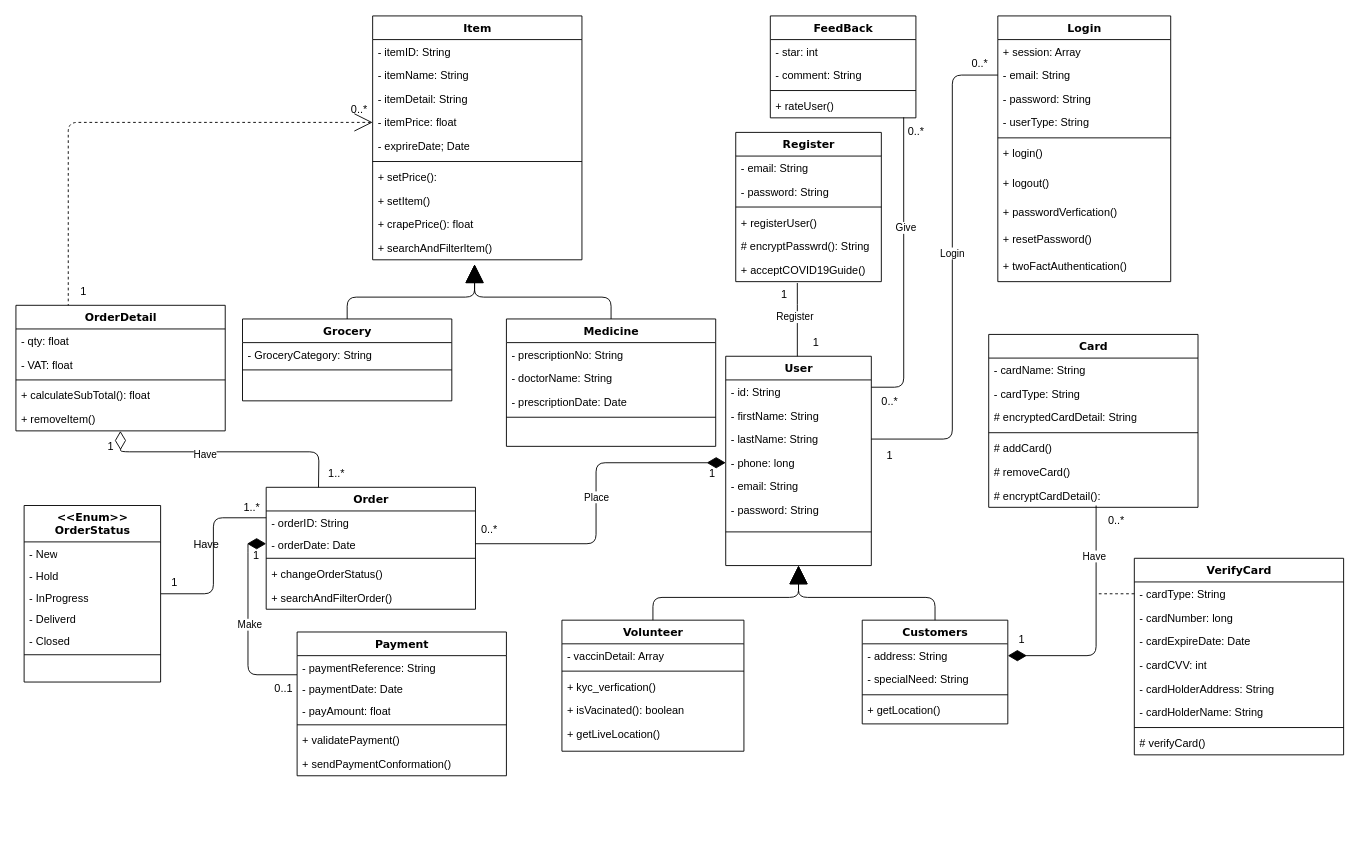
Before: Soft40091 CWK - Class Diagram.drawio in AnjeloM/AnjeloM, a draw.io diagram. Source tidied: cells renumbered, new cells numbered last; positions are measured from the earlier drawing's top-left corner, leaving out a move shared by most shapes. Both pictures are drawn from the tidied source at 91%, with x=0, y=0 at pixel (15, 15).
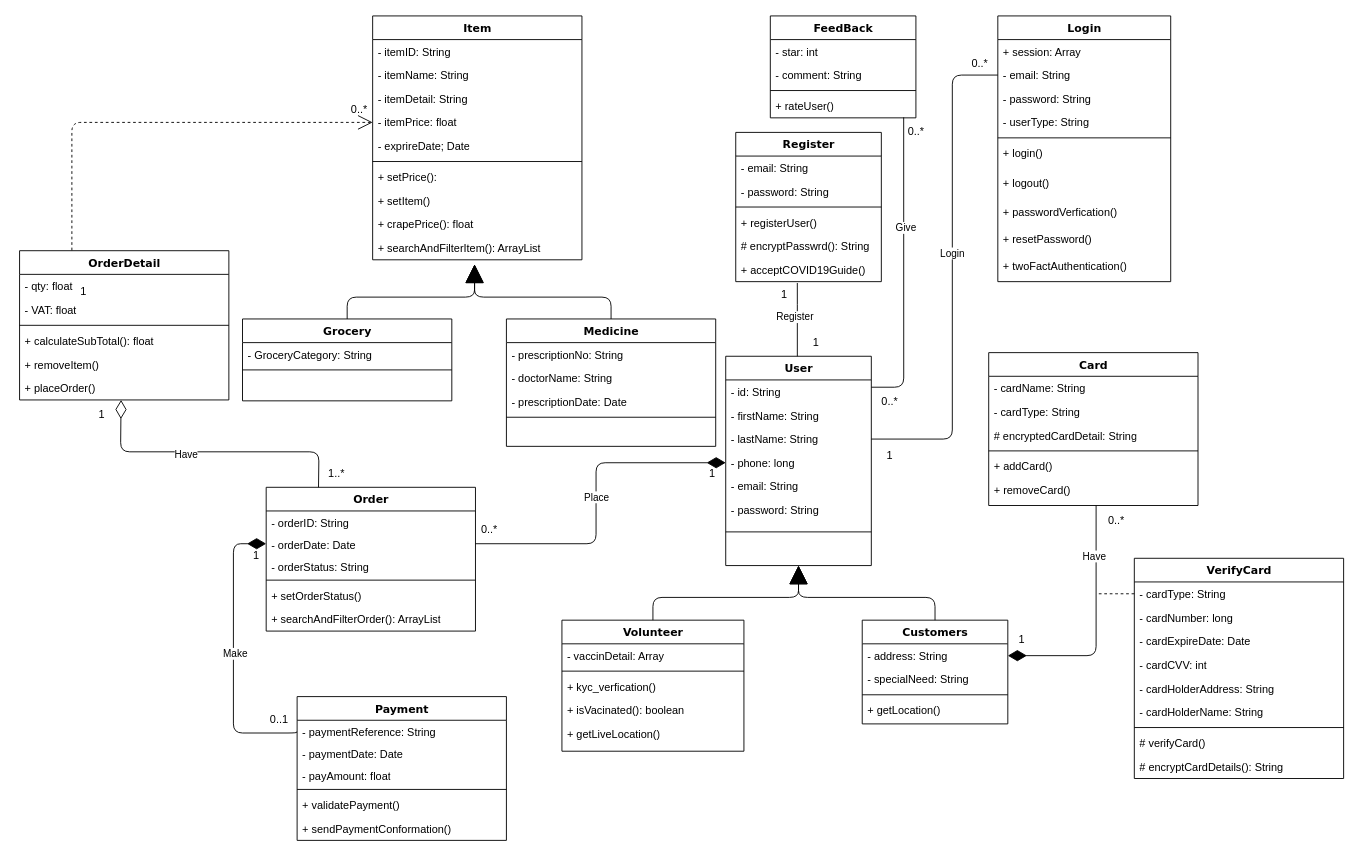
The same diagram, later.

Unchanged cells that the change refers to:
```xml
<mxCell id="51" value="Item" style="swimlane;html=1;fontStyle=1;align=center;verticalAlign=top;horizontal=1;startSize=26;swimlaneFillColor=#ffffff;rounded=0;shadow=0;comic=0;labelBackgroundColor=none;strokeWidth=1;fillColor=none;fontFamily=Verdana;fontSize=12;" parent="1" vertex="1">
  <mxGeometry x="392" width="230" height="268" as="geometry" />
</mxCell>
<mxCell id="55" value="- itemPrice: float" style="text;html=1;strokeColor=none;fillColor=none;align=left;verticalAlign=top;spacingLeft=4;spacingRight=4;whiteSpace=wrap;overflow=hidden;points=[[0,0.5],[1,0.5]];portConstraint=eastwest;" parent="51" vertex="1">
  <mxGeometry y="104" width="230" height="26" as="geometry" />
</mxCell>
<mxCell id="79" value="+ removeItem()" style="text;html=1;strokeColor=none;fillColor=none;align=left;verticalAlign=top;spacingLeft=4;spacingRight=4;whiteSpace=wrap;overflow=hidden;points=[[0,0.5],[1,0.5]];portConstraint=eastwest;" parent="74" vertex="1">
  <mxGeometry y="112" width="230" height="26" as="geometry" />
</mxCell>
<mxCell id="82" value="- orderDate: Date" style="text;html=1;strokeColor=none;fillColor=none;align=left;verticalAlign=top;spacingLeft=4;spacingRight=4;whiteSpace=wrap;overflow=hidden;points=[[0,0.5],[1,0.5]];portConstraint=eastwest;" parent="80" vertex="1">
  <mxGeometry y="50" width="230" height="24" as="geometry" />
</mxCell>
<mxCell id="100" value="- paymentReference: String" style="text;html=1;strokeColor=none;fillColor=none;align=left;verticalAlign=top;spacingLeft=4;spacingRight=4;whiteSpace=wrap;overflow=hidden;points=[[0,0.5],[1,0.5]];portConstraint=eastwest;" parent="99" vertex="1">
  <mxGeometry y="26" width="230" height="24" as="geometry" />
</mxCell>
```

The edit, as a diff of the source:
```diff
@@
     <mxCell id="34" value="Card" style="swimlane;html=1;fontStyle=1;align=center;verticalAlign=top;horizontal=1;startSize=26;swimlaneFillColor=#ffffff;rounded=0;shadow=0;comic=0;labelBackgroundColor=none;strokeWidth=1;fillColor=none;fontFamily=Verdana;fontSize=12;" parent="1" vertex="1">
-      <mxGeometry x="1069" y="350" width="230" height="190" as="geometry" />
+      <mxGeometry x="1069" y="370" width="230" height="168" as="geometry" />
     </mxCell>
@@
-    <mxCell id="39" value="# addCard()" style="text;html=1;strokeColor=none;fillColor=none;align=left;verticalAlign=top;spacingLeft=4;spacingRight=4;whiteSpace=wrap;overflow=hidden;" parent="34" vertex="1">
+    <mxCell id="39" value="+ addCard()" style="text;html=1;strokeColor=none;fillColor=none;align=left;verticalAlign=top;spacingLeft=4;spacingRight=4;whiteSpace=wrap;overflow=hidden;" parent="34" vertex="1">
       <mxGeometry y="112" width="230" height="26" as="geometry" />
     </mxCell>
-    <mxCell id="40" value="# removeCard()" style="text;html=1;strokeColor=none;fillColor=none;align=left;verticalAlign=top;spacingLeft=4;spacingRight=4;whiteSpace=wrap;overflow=hidden;" parent="34" vertex="1">
+    <mxCell id="40" value="+ removeCard()" style="text;html=1;strokeColor=none;fillColor=none;align=left;verticalAlign=top;spacingLeft=4;spacingRight=4;whiteSpace=wrap;overflow=hidden;" parent="34" vertex="1">
       <mxGeometry y="138" width="230" height="26" as="geometry" />
     </mxCell>
-    <mxCell id="41" value="# encryptCardDetail():" style="text;html=1;strokeColor=none;fillColor=none;align=left;verticalAlign=top;spacingLeft=4;spacingRight=4;whiteSpace=wrap;overflow=hidden;" parent="34" vertex="1">
-      <mxGeometry y="164" width="230" height="26" as="geometry" />
-    </mxCell>
@@
-    <mxCell id="61" value="+ searchAndFilterItem()" style="text;html=1;strokeColor=none;fillColor=none;align=left;verticalAlign=top;spacingLeft=4;spacingRight=4;whiteSpace=wrap;overflow=hidden;" parent="51" vertex="1">
+    <mxCell id="61" value="+ searchAndFilterItem(): ArrayList" style="text;html=1;strokeColor=none;fillColor=none;align=left;verticalAlign=top;spacingLeft=4;spacingRight=4;whiteSpace=wrap;overflow=hidden;" parent="51" vertex="1">
       <mxGeometry y="242" width="230" height="26" as="geometry" />
     </mxCell>
@@
     <mxCell id="74" value="OrderDetail" style="swimlane;html=1;fontStyle=1;align=center;verticalAlign=top;horizontal=1;startSize=26;swimlaneFillColor=#ffffff;rounded=0;shadow=0;comic=0;labelBackgroundColor=none;strokeWidth=1;fillColor=none;fontFamily=Verdana;fontSize=12;" parent="1" vertex="1">
-      <mxGeometry y="318" width="230" height="138" as="geometry" />
+      <mxGeometry x="4" y="258" width="230" height="164" as="geometry" />
     </mxCell>
@@
+    <mxCell id="149" value="+ placeOrder()" style="text;html=1;strokeColor=none;fillColor=none;align=left;verticalAlign=top;spacingLeft=4;spacingRight=4;whiteSpace=wrap;overflow=hidden;points=[[0,0.5],[1,0.5]];portConstraint=eastwest;" parent="74" vertex="1">
+      <mxGeometry y="138" width="230" height="26" as="geometry" />
+    </mxCell>
     <mxCell id="80" value="Order" style="swimlane;html=1;fontStyle=1;align=center;verticalAlign=top;horizontal=1;startSize=26;swimlaneFillColor=#ffffff;rounded=0;shadow=0;comic=0;labelBackgroundColor=none;strokeWidth=1;fillColor=none;fontFamily=Verdana;fontSize=12;" parent="1" vertex="1">
-      <mxGeometry x="275" y="518" width="230" height="134" as="geometry" />
+      <mxGeometry x="275" y="518" width="230" height="158" as="geometry" />
     </mxCell>
@@
+    <mxCell id="150" value="- orderStatus: String" style="text;html=1;strokeColor=none;fillColor=none;align=left;verticalAlign=top;spacingLeft=4;spacingRight=4;whiteSpace=wrap;overflow=hidden;" parent="80" vertex="1">
+      <mxGeometry y="74" width="230" height="24" as="geometry" />
+    </mxCell>
     <mxCell id="83" style="line;html=1;strokeWidth=1;fillColor=none;align=left;verticalAlign=middle;spacingTop=-1;spacingLeft=3;spacingRight=3;labelPosition=right;" parent="80" vertex="1">
-      <mxGeometry y="74" width="230" height="8" as="geometry" />
+      <mxGeometry y="98" width="230" height="8" as="geometry" />
     </mxCell>
-    <mxCell id="84" value="+ changeOrderStatus()" style="text;html=1;strokeColor=none;fillColor=none;align=left;verticalAlign=top;spacingLeft=4;spacingRight=4;whiteSpace=wrap;overflow=hidden;" parent="80" vertex="1">
-      <mxGeometry y="82" width="230" height="26" as="geometry" />
+    <mxCell id="84" value="+ setOrderStatus()" style="text;html=1;strokeColor=none;fillColor=none;align=left;verticalAlign=top;spacingLeft=4;spacingRight=4;whiteSpace=wrap;overflow=hidden;" parent="80" vertex="1">
+      <mxGeometry y="106" width="230" height="26" as="geometry" />
     </mxCell>
-    <mxCell id="85" value="+ searchAndFilterOrder()" style="text;html=1;strokeColor=none;fillColor=none;align=left;verticalAlign=top;spacingLeft=4;spacingRight=4;whiteSpace=wrap;overflow=hidden;" parent="80" vertex="1">
-      <mxGeometry y="108" width="230" height="26" as="geometry" />
+    <mxCell id="85" value="+ searchAndFilterOrder(): ArrayList" style="text;html=1;strokeColor=none;fillColor=none;align=left;verticalAlign=top;spacingLeft=4;spacingRight=4;whiteSpace=wrap;overflow=hidden;" parent="80" vertex="1">
+      <mxGeometry y="132" width="230" height="26" as="geometry" />
     </mxCell>
-    <mxCell id="86" style="rounded=1;jettySize=auto;html=1;entryX=0.25;entryY=0;entryDx=0;entryDy=0;endArrow=none;endFill=0;endSize=18;startSize=18;exitX=0.499;exitY=1.004;exitDx=0;exitDy=0;exitPerimeter=0;curved=0;startArrow=diamondThin;startFill=0;" parent="1" edge="1" source="79" target="80">
+    <mxCell id="86" style="rounded=1;jettySize=auto;html=1;entryX=0.25;entryY=0;entryDx=0;entryDy=0;endArrow=none;endFill=0;endSize=18;startSize=18;curved=0;startArrow=diamondThin;startFill=0;exitX=0.485;exitY=1;exitDx=0;exitDy=0;exitPerimeter=0;" parent="1" edge="1" source="149" target="80">
       <mxGeometry relative="1" as="geometry">
         <Array as="points">
           <mxPoint x="115" y="479" />
           <mxPoint x="333" y="479" />
         </Array>
       </mxGeometry>
     </mxCell>
@@
-    <mxCell id="88" style="edgeStyle=orthogonalEdgeStyle;rounded=1;jettySize=auto;html=1;entryX=0;entryY=0.25;entryDx=0;entryDy=0;endArrow=none;endFill=0;curved=0;" parent="1" edge="1" source="89" target="80">
-      <mxGeometry relative="1" as="geometry" />
-    </mxCell>
-    <mxCell id="89" value="&amp;lt;&amp;lt;Enum&amp;gt;&amp;gt;&lt;div&gt;OrderStatus&lt;/div&gt;" style="swimlane;html=1;fontStyle=1;align=center;verticalAlign=top;horizontal=1;startSize=40;swimlaneFillColor=#ffffff;rounded=0;shadow=0;comic=0;labelBackgroundColor=none;strokeWidth=1;fillColor=none;fontFamily=Verdana;fontSize=12;" parent="1" vertex="1">
-      <mxGeometry x="9" y="538" width="150" height="194" as="geometry" />
-    </mxCell>
-    <mxCell id="90" value="- New" style="text;html=1;strokeColor=none;fillColor=none;align=left;verticalAlign=top;spacingLeft=4;spacingRight=4;whiteSpace=wrap;overflow=hidden;" parent="89" vertex="1">
-      <mxGeometry y="40" width="150" height="24" as="geometry" />
-    </mxCell>
-    <mxCell id="91" value="- Hold" style="text;html=1;strokeColor=none;fillColor=none;align=left;verticalAlign=top;spacingLeft=4;spacingRight=4;whiteSpace=wrap;overflow=hidden;" parent="89" vertex="1">
-      <mxGeometry y="64" width="150" height="24" as="geometry" />
-    </mxCell>
-    <mxCell id="92" value="- InProgress" style="text;html=1;strokeColor=none;fillColor=none;align=left;verticalAlign=top;spacingLeft=4;spacingRight=4;whiteSpace=wrap;overflow=hidden;" parent="89" vertex="1">
-      <mxGeometry y="88" width="150" height="24" as="geometry" />
-    </mxCell>
-    <mxCell id="93" value="- Deliverd" style="text;html=1;strokeColor=none;fillColor=none;align=left;verticalAlign=top;spacingLeft=4;spacingRight=4;whiteSpace=wrap;overflow=hidden;" parent="89" vertex="1">
-      <mxGeometry y="112" width="150" height="24" as="geometry" />
-    </mxCell>
-    <mxCell id="94" value="- Closed" style="text;html=1;strokeColor=none;fillColor=none;align=left;verticalAlign=top;spacingLeft=4;spacingRight=4;whiteSpace=wrap;overflow=hidden;" parent="89" vertex="1">
-      <mxGeometry y="136" width="150" height="24" as="geometry" />
-    </mxCell>
-    <mxCell id="95" style="line;html=1;strokeWidth=1;fillColor=none;align=left;verticalAlign=middle;spacingTop=-1;spacingLeft=3;spacingRight=3;labelPosition=right;" parent="89" vertex="1">
-      <mxGeometry y="160" width="150" height="8" as="geometry" />
-    </mxCell>
-    <mxCell id="96" value="&amp;nbsp;" style="text;html=1;strokeColor=none;fillColor=none;align=left;verticalAlign=top;spacingLeft=4;spacingRight=4;whiteSpace=wrap;overflow=hidden;" parent="89" vertex="1">
-      <mxGeometry y="168" width="150" height="26" as="geometry" />
-    </mxCell>
-    <mxCell id="97" style="edgeStyle=orthogonalEdgeStyle;rounded=1;jettySize=auto;html=1;entryX=0;entryY=0.5;entryDx=0;entryDy=0;endArrow=diamondThin;endFill=1;curved=0;endSize=18;startSize=18;" parent="1" edge="1" source="99" target="82">
+    <mxCell id="97" style="edgeStyle=orthogonalEdgeStyle;rounded=1;jettySize=auto;html=1;entryX=0;entryY=0.5;entryDx=0;entryDy=0;endArrow=diamondThin;endFill=1;curved=0;endSize=18;startSize=18;exitX=0;exitY=0.5;exitDx=0;exitDy=0;" parent="1" edge="1" source="100" target="82">
       <mxGeometry relative="1" as="geometry">
         <Array as="points">
-          <mxPoint x="255" y="724" />
-          <mxPoint x="255" y="580" />
+          <mxPoint x="309" y="788" />
+          <mxPoint x="239" y="788" />
+          <mxPoint x="239" y="580" />
         </Array>
       </mxGeometry>
     </mxCell>
@@
     <mxCell id="99" value="Payment" style="swimlane;html=1;fontStyle=1;align=center;verticalAlign=top;horizontal=1;startSize=26;swimlaneFillColor=#ffffff;rounded=0;shadow=0;comic=0;labelBackgroundColor=none;strokeWidth=1;fillColor=none;fontFamily=Verdana;fontSize=12;" parent="1" vertex="1">
-      <mxGeometry x="309" y="677" width="230" height="158" as="geometry" />
+      <mxGeometry x="309" y="748" width="230" height="158" as="geometry" />
     </mxCell>
@@
-    <mxCell id="117" style="edgeStyle=orthogonalEdgeStyle;rounded=1;jettySize=auto;html=1;entryX=0.25;entryY=0;entryDx=0;entryDy=0;endArrow=none;endFill=0;flowAnimation=0;curved=0;dashed=1;startArrow=open;startFill=0;endSize=18;startSize=18;" parent="1" edge="1" source="55" target="74">
+    <mxCell id="117" style="edgeStyle=orthogonalEdgeStyle;rounded=1;jettySize=auto;html=1;entryX=0.25;entryY=0;entryDx=0;entryDy=0;endArrow=none;endFill=0;flowAnimation=0;curved=0;dashed=1;startArrow=open;startFill=0;endSize=14;startSize=14;" parent="1" edge="1" source="55" target="74">
       <mxGeometry relative="1" as="geometry" />
     </mxCell>
@@
-    <mxCell id="126" value="1..*" style="text;html=1;align=center;verticalAlign=middle;strokeColor=none;fillColor=none;" parent="1" vertex="1">
-      <mxGeometry x="239" y="526" width="40" height="30" as="geometry" />
-    </mxCell>
-    <mxCell id="127" value="1" style="text;html=1;align=center;verticalAlign=middle;strokeColor=none;fillColor=none;" parent="1" vertex="1">
-      <mxGeometry x="159" y="608" width="30" height="30" as="geometry" />
-    </mxCell>
@@
     <mxCell id="129" value="0..1" style="text;html=1;align=center;verticalAlign=middle;strokeColor=none;fillColor=none;" parent="1" vertex="1">
-      <mxGeometry x="274" y="724" width="40" height="30" as="geometry" />
+      <mxGeometry x="269" y="758" width="40" height="30" as="geometry" />
     </mxCell>
@@
-    <mxCell id="133" value="Have" style="text;html=1;align=center;verticalAlign=middle;strokeColor=none;fillColor=none;" parent="1" vertex="1">
-      <mxGeometry x="184" y="566" width="50" height="30" as="geometry" />
-    </mxCell>
@@
     <mxCell id="136" value="1" style="text;html=1;align=center;verticalAlign=middle;strokeColor=none;fillColor=none;" parent="1" vertex="1">
-      <mxGeometry x="89" y="458" width="30" height="30" as="geometry" />
+      <mxGeometry x="79" y="423" width="30" height="30" as="geometry" />
     </mxCell>
@@
     <mxCell id="139" value="VerifyCard" style="swimlane;html=1;fontStyle=1;align=center;verticalAlign=top;horizontal=1;startSize=26;swimlaneFillColor=#ffffff;rounded=0;shadow=0;comic=0;labelBackgroundColor=none;strokeWidth=1;fillColor=none;fontFamily=Verdana;fontSize=12;" parent="1" vertex="1">
-      <mxGeometry x="1229" y="596" width="230" height="216" as="geometry" />
+      <mxGeometry x="1229" y="596" width="230" height="242" as="geometry" />
     </mxCell>
@@
+    <mxCell id="151" value="# encryptCardDetails(): String" style="text;html=1;strokeColor=none;fillColor=none;align=left;verticalAlign=top;spacingLeft=4;spacingRight=4;whiteSpace=wrap;overflow=hidden;" parent="139" vertex="1">
+      <mxGeometry y="216" width="230" height="26" as="geometry" />
+    </mxCell>
```
